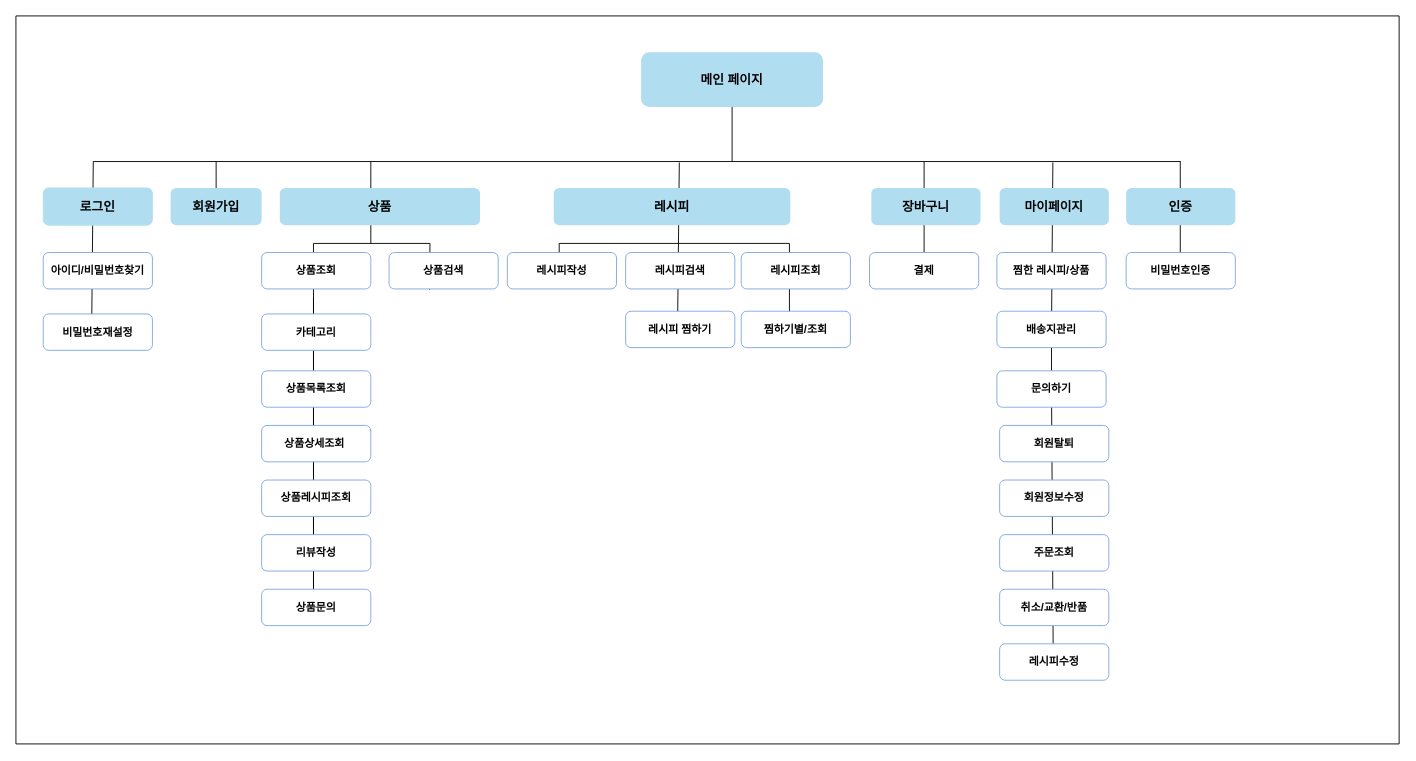
wjdwodhs/Flowchart keeps this draw.io diagram as Flowchart.drawio. Above is the earlier version. Source tidied: cells renumbered, new cells numbered last; positions are measured from the earlier drawing's top-left corner, leaving out a move shared by most shapes. Both pictures are drawn from the tidied source at 91%, with x=0, y=0 at pixel (15, 15).
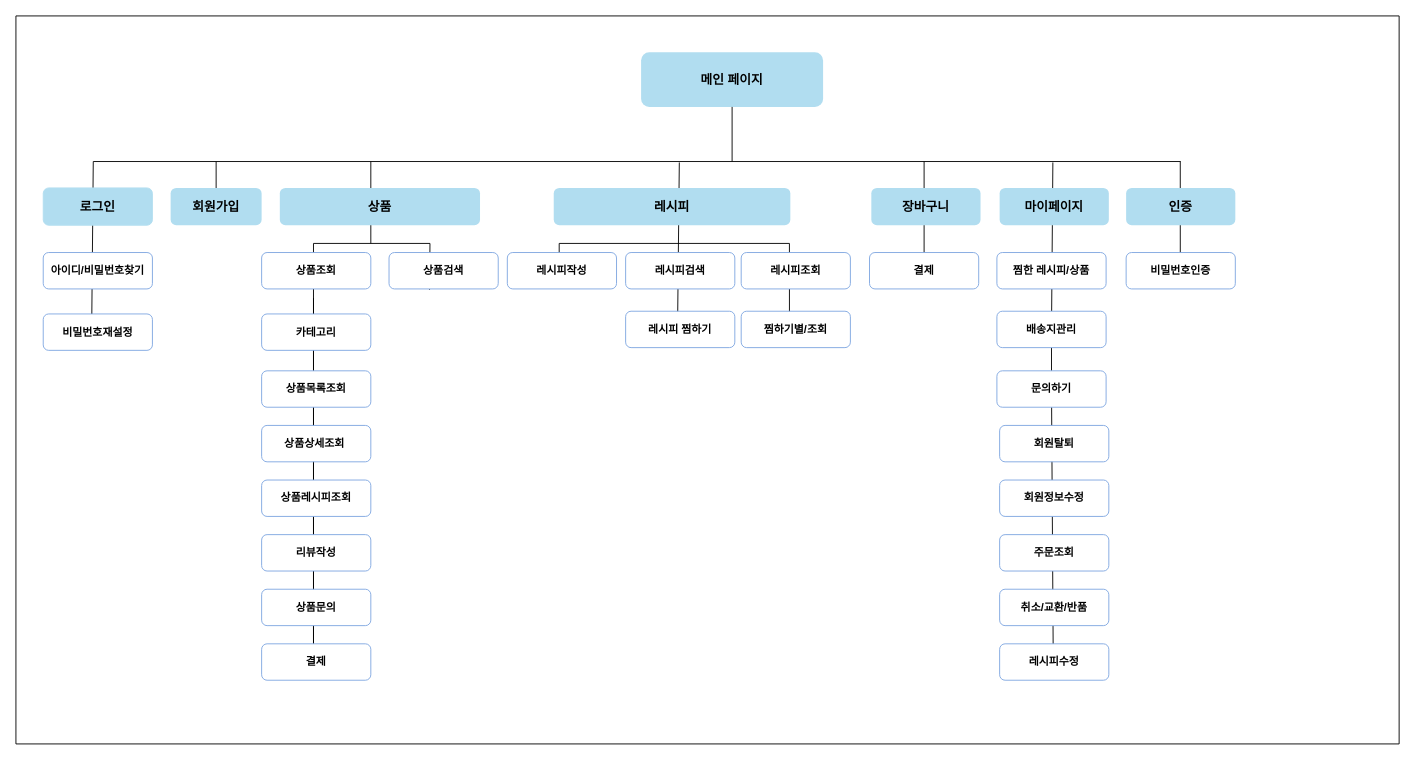
After the change.

The edit, as a diff of the source:
```diff
@@
     <mxCell id="17" style="endArrow=none;html=1;rounded=0;" parent="1" edge="1">
       <mxGeometry relative="1" as="geometry">
         <mxPoint x="327" y="310" as="sourcePoint" />
         <mxPoint x="327" y="250" as="targetPoint" />
         <Array as="points">
-          <mxPoint x="327" y="660" />
+          <mxPoint x="327" y="690" />
           <mxPoint x="327" y="310" />
         </Array>
       </mxGeometry>
     </mxCell>
@@
+    <mxCell id="56" value="&lt;b&gt;결제&lt;/b&gt;" style="rounded=1;whiteSpace=wrap;html=1;strokeColor=#7EA6E0;" parent="1" vertex="1">
+      <mxGeometry x="270" y="690" width="120" height="40" as="geometry" />
+    </mxCell>
```
